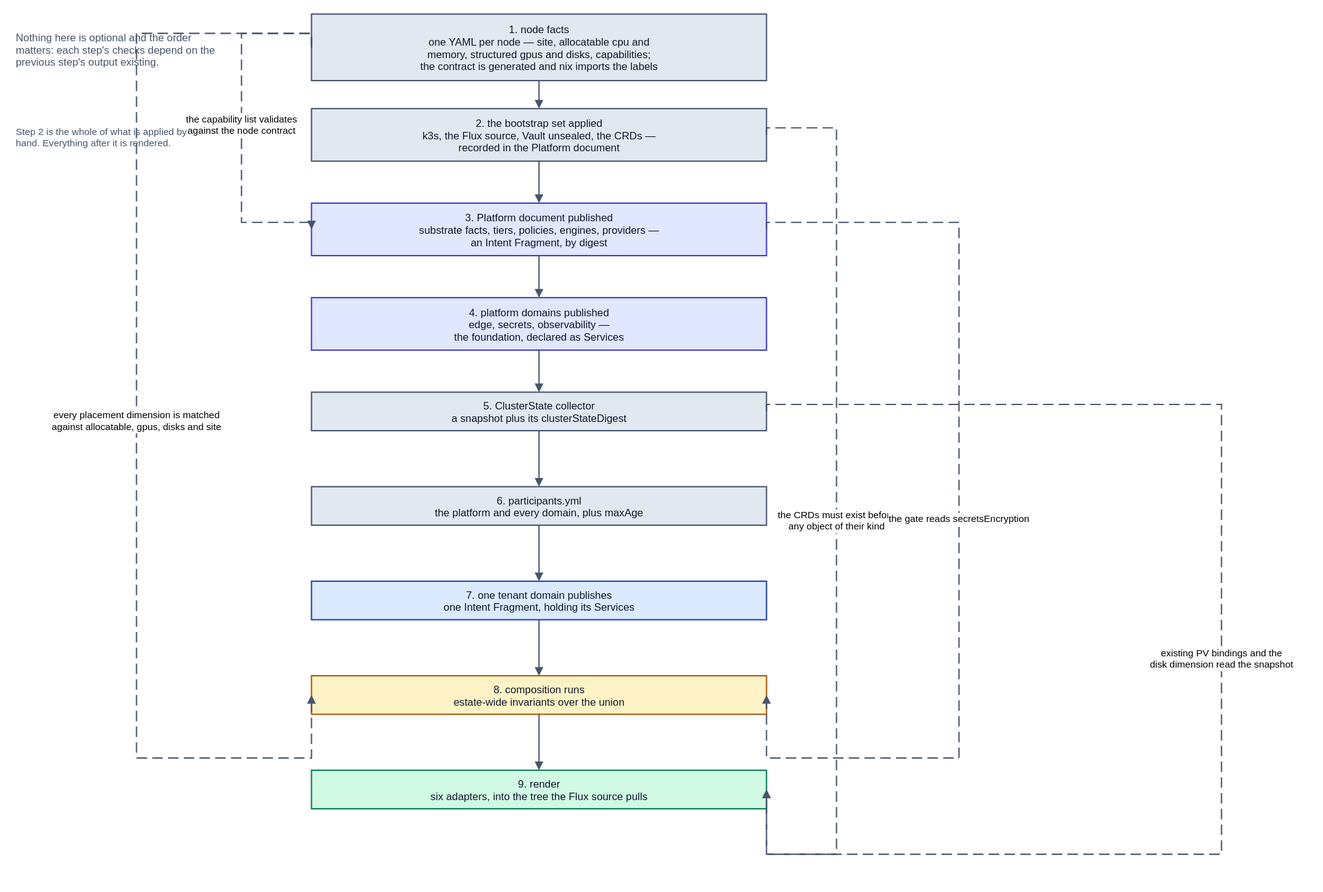
The draw.io diagram spec/v1/diagrams/60-bootstrap-order.drawio.svg in JorisJonkers-dev/deploy-kit, before a commit. Source tidied: cells renumbered, new cells last; positions are measured from the earlier drawing's top-left corner, leaving out a move shared by most shapes.
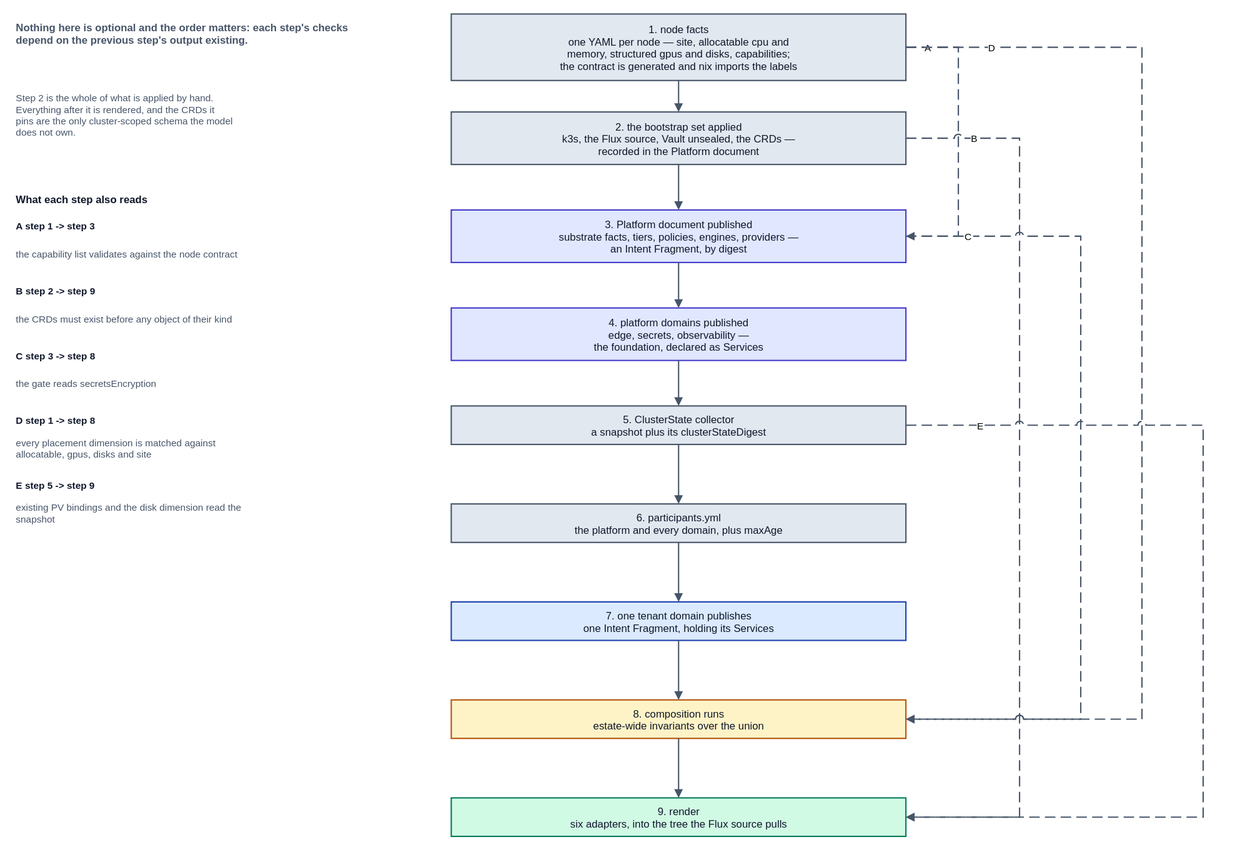
The same diagram one commit later.

The edit, as a diff of the source:
```diff
@@ -3,101 +3,134 @@
     <mxCell id="0" />
     <mxCell id="1" parent="0" />
     <mxCell id="2" value="1.  node facts&#10;one YAML per node — site, allocatable cpu and&#10;memory, structured gpus and disks, capabilities;&#10;the contract is generated and nix imports the labels" style="rounded=0;whiteSpace=nowrap;html=0;align=center;verticalAlign=middle;fillColor=#e2e8f0;strokeColor=#475569;strokeWidth=1.5;fontFamily=Helvetica;fontSize=12;fontColor=#0f172a;" parent="1" vertex="1">
-      <mxGeometry x="340" width="520" height="76" as="geometry" />
+      <mxGeometry x="520" y="20" width="520" height="76" as="geometry" />
     </mxCell>
     <mxCell id="3" value="2.  the bootstrap set applied&#10;k3s, the Flux source, Vault unsealed, the CRDs —&#10;recorded in the Platform document" style="rounded=0;whiteSpace=nowrap;html=0;align=center;verticalAlign=middle;fillColor=#e2e8f0;strokeColor=#475569;strokeWidth=1.5;fontFamily=Helvetica;fontSize=12;fontColor=#0f172a;" parent="1" vertex="1">
-      <mxGeometry x="340" y="108" width="520" height="60" as="geometry" />
+      <mxGeometry x="520" y="132" width="520" height="60" as="geometry" />
     </mxCell>
     <mxCell id="4" value="3.  Platform document published&#10;substrate facts, tiers, policies, engines, providers —&#10;an Intent Fragment, by digest" style="rounded=0;whiteSpace=nowrap;html=0;align=center;verticalAlign=middle;fillColor=#e0e7ff;strokeColor=#4338ca;strokeWidth=1.5;fontFamily=Helvetica;fontSize=12;fontColor=#0f172a;" parent="1" vertex="1">
-      <mxGeometry x="340" y="216" width="520" height="60" as="geometry" />
+      <mxGeometry x="520" y="244" width="520" height="60" as="geometry" />
     </mxCell>
     <mxCell id="5" value="4.  platform domains published&#10;edge, secrets, observability —&#10;the foundation, declared as Services" style="rounded=0;whiteSpace=nowrap;html=0;align=center;verticalAlign=middle;fillColor=#e0e7ff;strokeColor=#4338ca;strokeWidth=1.5;fontFamily=Helvetica;fontSize=12;fontColor=#0f172a;" parent="1" vertex="1">
-      <mxGeometry x="340" y="324" width="520" height="60" as="geometry" />
+      <mxGeometry x="520" y="356" width="520" height="60" as="geometry" />
     </mxCell>
     <mxCell id="6" value="5.  ClusterState collector&#10;a snapshot plus its clusterStateDigest" style="rounded=0;whiteSpace=nowrap;html=0;align=center;verticalAlign=middle;fillColor=#e2e8f0;strokeColor=#475569;strokeWidth=1.5;fontFamily=Helvetica;fontSize=12;fontColor=#0f172a;" parent="1" vertex="1">
-      <mxGeometry x="340" y="432" width="520" height="44" as="geometry" />
+      <mxGeometry x="520" y="468" width="520" height="44" as="geometry" />
     </mxCell>
     <mxCell id="7" value="6.  participants.yml&#10;the platform and every domain, plus maxAge" style="rounded=0;whiteSpace=nowrap;html=0;align=center;verticalAlign=middle;fillColor=#e2e8f0;strokeColor=#475569;strokeWidth=1.5;fontFamily=Helvetica;fontSize=12;fontColor=#0f172a;" parent="1" vertex="1">
-      <mxGeometry x="340" y="540" width="520" height="44" as="geometry" />
+      <mxGeometry x="520" y="580" width="520" height="44" as="geometry" />
     </mxCell>
     <mxCell id="8" value="7.  one tenant domain publishes&#10;one Intent Fragment, holding its Services" style="rounded=0;whiteSpace=nowrap;html=0;align=center;verticalAlign=middle;fillColor=#dbeafe;strokeColor=#1e40af;strokeWidth=1.5;fontFamily=Helvetica;fontSize=12;fontColor=#0f172a;" parent="1" vertex="1">
-      <mxGeometry x="340" y="648" width="520" height="44" as="geometry" />
+      <mxGeometry x="520" y="692" width="520" height="44" as="geometry" />
     </mxCell>
     <mxCell id="9" value="8.  composition runs&#10;estate-wide invariants over the union" style="rounded=0;whiteSpace=nowrap;html=0;align=center;verticalAlign=middle;fillColor=#fef3c7;strokeColor=#b45309;strokeWidth=1.5;fontFamily=Helvetica;fontSize=12;fontColor=#0f172a;" parent="1" vertex="1">
-      <mxGeometry x="340" y="756" width="520" height="44" as="geometry" />
+      <mxGeometry x="520" y="804" width="520" height="44" as="geometry" />
     </mxCell>
     <mxCell id="10" value="9.  render&#10;six adapters, into the tree the Flux source pulls" style="rounded=0;whiteSpace=nowrap;html=0;align=center;verticalAlign=middle;fillColor=#d1fae5;strokeColor=#047857;strokeWidth=1.5;fontFamily=Helvetica;fontSize=12;fontColor=#0f172a;" parent="1" vertex="1">
-      <mxGeometry x="340" y="864" width="520" height="44" as="geometry" />
+      <mxGeometry x="520" y="916" width="520" height="44" as="geometry" />
     </mxCell>
-    <mxCell id="11" style="edgeStyle=orthogonalEdgeStyle;rounded=0;html=0;jettySize=auto;endArrow=block;endFill=1;strokeColor=#475569;strokeWidth=1.5;fontSize=11;fontFamily=Helvetica;labelBackgroundColor=#ffffff;" parent="1" edge="1" source="2" target="3">
+    <mxCell id="11" style="edgeStyle=orthogonalEdgeStyle;rounded=0;html=0;jettySize=auto;jumpStyle=arc;jumpSize=8;endArrow=block;endFill=1;strokeColor=#475569;strokeWidth=1.5;fontSize=11;fontFamily=Helvetica;labelBackgroundColor=#ffffff;exitX=0.5;exitY=1;exitDx=0;exitDy=0;entryX=0.5;entryY=0;entryDx=0;entryDy=0;" parent="1" edge="1" source="2" target="3">
       <mxGeometry relative="1" as="geometry" />
     </mxCell>
-    <mxCell id="12" style="edgeStyle=orthogonalEdgeStyle;rounded=0;html=0;jettySize=auto;endArrow=block;endFill=1;strokeColor=#475569;strokeWidth=1.5;fontSize=11;fontFamily=Helvetica;labelBackgroundColor=#ffffff;" parent="1" edge="1" source="3" target="4">
+    <mxCell id="12" style="edgeStyle=orthogonalEdgeStyle;rounded=0;html=0;jettySize=auto;jumpStyle=arc;jumpSize=8;endArrow=block;endFill=1;strokeColor=#475569;strokeWidth=1.5;fontSize=11;fontFamily=Helvetica;labelBackgroundColor=#ffffff;exitX=0.5;exitY=1;exitDx=0;exitDy=0;entryX=0.5;entryY=0;entryDx=0;entryDy=0;" parent="1" edge="1" source="3" target="4">
       <mxGeometry relative="1" as="geometry" />
     </mxCell>
-    <mxCell id="13" style="edgeStyle=orthogonalEdgeStyle;rounded=0;html=0;jettySize=auto;endArrow=block;endFill=1;strokeColor=#475569;strokeWidth=1.5;fontSize=11;fontFamily=Helvetica;labelBackgroundColor=#ffffff;" parent="1" edge="1" source="4" target="5">
+    <mxCell id="13" style="edgeStyle=orthogonalEdgeStyle;rounded=0;html=0;jettySize=auto;jumpStyle=arc;jumpSize=8;endArrow=block;endFill=1;strokeColor=#475569;strokeWidth=1.5;fontSize=11;fontFamily=Helvetica;labelBackgroundColor=#ffffff;exitX=0.5;exitY=1;exitDx=0;exitDy=0;entryX=0.5;entryY=0;entryDx=0;entryDy=0;" parent="1" edge="1" source="4" target="5">
       <mxGeometry relative="1" as="geometry" />
     </mxCell>
-    <mxCell id="14" style="edgeStyle=orthogonalEdgeStyle;rounded=0;html=0;jettySize=auto;endArrow=block;endFill=1;strokeColor=#475569;strokeWidth=1.5;fontSize=11;fontFamily=Helvetica;labelBackgroundColor=#ffffff;" parent="1" edge="1" source="5" target="6">
+    <mxCell id="14" style="edgeStyle=orthogonalEdgeStyle;rounded=0;html=0;jettySize=auto;jumpStyle=arc;jumpSize=8;endArrow=block;endFill=1;strokeColor=#475569;strokeWidth=1.5;fontSize=11;fontFamily=Helvetica;labelBackgroundColor=#ffffff;exitX=0.5;exitY=1;exitDx=0;exitDy=0;entryX=0.5;entryY=0;entryDx=0;entryDy=0;" parent="1" edge="1" source="5" target="6">
       <mxGeometry relative="1" as="geometry" />
     </mxCell>
-    <mxCell id="15" style="edgeStyle=orthogonalEdgeStyle;rounded=0;html=0;jettySize=auto;endArrow=block;endFill=1;strokeColor=#475569;strokeWidth=1.5;fontSize=11;fontFamily=Helvetica;labelBackgroundColor=#ffffff;" parent="1" edge="1" source="6" target="7">
+    <mxCell id="15" style="edgeStyle=orthogonalEdgeStyle;rounded=0;html=0;jettySize=auto;jumpStyle=arc;jumpSize=8;endArrow=block;endFill=1;strokeColor=#475569;strokeWidth=1.5;fontSize=11;fontFamily=Helvetica;labelBackgroundColor=#ffffff;exitX=0.5;exitY=1;exitDx=0;exitDy=0;entryX=0.5;entryY=0;entryDx=0;entryDy=0;" parent="1" edge="1" source="6" target="7">
       <mxGeometry relative="1" as="geometry" />
     </mxCell>
-    <mxCell id="16" style="edgeStyle=orthogonalEdgeStyle;rounded=0;html=0;jettySize=auto;endArrow=block;endFill=1;strokeColor=#475569;strokeWidth=1.5;fontSize=11;fontFamily=Helvetica;labelBackgroundColor=#ffffff;" parent="1" edge="1" source="7" target="8">
+    <mxCell id="16" style="edgeStyle=orthogonalEdgeStyle;rounded=0;html=0;jettySize=auto;jumpStyle=arc;jumpSize=8;endArrow=block;endFill=1;strokeColor=#475569;strokeWidth=1.5;fontSize=11;fontFamily=Helvetica;labelBackgroundColor=#ffffff;exitX=0.5;exitY=1;exitDx=0;exitDy=0;entryX=0.5;entryY=0;entryDx=0;entryDy=0;" parent="1" edge="1" source="7" target="8">
       <mxGeometry relative="1" as="geometry" />
     </mxCell>
-    <mxCell id="17" style="edgeStyle=orthogonalEdgeStyle;rounded=0;html=0;jettySize=auto;endArrow=block;endFill=1;strokeColor=#475569;strokeWidth=1.5;fontSize=11;fontFamily=Helvetica;labelBackgroundColor=#ffffff;" parent="1" edge="1" source="8" target="9">
+    <mxCell id="17" style="edgeStyle=orthogonalEdgeStyle;rounded=0;html=0;jettySize=auto;jumpStyle=arc;jumpSize=8;endArrow=block;endFill=1;strokeColor=#475569;strokeWidth=1.5;fontSize=11;fontFamily=Helvetica;labelBackgroundColor=#ffffff;exitX=0.5;exitY=1;exitDx=0;exitDy=0;entryX=0.5;entryY=0;entryDx=0;entryDy=0;" parent="1" edge="1" source="8" target="9">
       <mxGeometry relative="1" as="geometry" />
     </mxCell>
-    <mxCell id="18" style="edgeStyle=orthogonalEdgeStyle;rounded=0;html=0;jettySize=auto;endArrow=block;endFill=1;strokeColor=#475569;strokeWidth=1.5;fontSize=11;fontFamily=Helvetica;labelBackgroundColor=#ffffff;" parent="1" edge="1" source="9" target="10">
+    <mxCell id="18" style="edgeStyle=orthogonalEdgeStyle;rounded=0;html=0;jettySize=auto;jumpStyle=arc;jumpSize=8;endArrow=block;endFill=1;strokeColor=#475569;strokeWidth=1.5;fontSize=11;fontFamily=Helvetica;labelBackgroundColor=#ffffff;exitX=0.5;exitY=1;exitDx=0;exitDy=0;entryX=0.5;entryY=0;entryDx=0;entryDy=0;" parent="1" edge="1" source="9" target="10">
       <mxGeometry relative="1" as="geometry" />
     </mxCell>
-    <mxCell id="19" value="the capability list validates&#10;against the node contract" style="edgeStyle=orthogonalEdgeStyle;rounded=0;html=0;jettySize=auto;endArrow=block;endFill=1;strokeColor=#475569;strokeWidth=1.5;fontSize=11;fontFamily=Helvetica;labelBackgroundColor=#ffffff;dashed=1;dashPattern=8 4;exitX=0;exitY=0.5;exitDx=0;exitDy=0;entryX=0;entryY=0.5;entryDx=0;entryDy=0;" parent="1" edge="1" source="2" target="4">
-      <mxGeometry relative="1" as="geometry">
+    <mxCell id="19" value="A" style="edgeStyle=orthogonalEdgeStyle;rounded=0;html=0;jettySize=auto;jumpStyle=arc;jumpSize=8;endArrow=block;endFill=1;strokeColor=#475569;strokeWidth=1.5;fontSize=11;fontFamily=Helvetica;labelBackgroundColor=#ffffff;dashed=1;dashPattern=8 4;exitX=1;exitY=0.5;exitDx=0;exitDy=0;entryX=1;entryY=0.5;entryDx=0;entryDy=0;" parent="1" edge="1" source="2" target="4">
+      <mxGeometry x="-0.85" relative="1" as="geometry">
         <Array as="points">
-          <mxPoint x="260" y="22" />
-          <mxPoint x="260" y="238" />
+          <mxPoint x="1100" y="58" />
+          <mxPoint x="1100" y="274" />
         </Array>
       </mxGeometry>
     </mxCell>
-    <mxCell id="20" value="every placement dimension is matched&#10;against allocatable, gpus, disks and site" style="edgeStyle=orthogonalEdgeStyle;rounded=0;html=0;jettySize=auto;endArrow=block;endFill=1;strokeColor=#475569;strokeWidth=1.5;fontSize=11;fontFamily=Helvetica;labelBackgroundColor=#ffffff;dashed=1;dashPattern=8 4;exitX=0;exitY=0.5;exitDx=0;exitDy=0;entryX=0;entryY=0.5;entryDx=0;entryDy=0;" parent="1" edge="1" source="2" target="9">
-      <mxGeometry relative="1" as="geometry">
+    <mxCell id="20" value="B" style="edgeStyle=orthogonalEdgeStyle;rounded=0;html=0;jettySize=auto;jumpStyle=arc;jumpSize=8;endArrow=block;endFill=1;strokeColor=#475569;strokeWidth=1.5;fontSize=11;fontFamily=Helvetica;labelBackgroundColor=#ffffff;dashed=1;dashPattern=8 4;exitX=1;exitY=0.5;exitDx=0;exitDy=0;entryX=1;entryY=0.5;entryDx=0;entryDy=0;" parent="1" edge="1" source="3" target="10">
+      <mxGeometry x="-0.85" relative="1" as="geometry">
         <Array as="points">
-          <mxPoint x="140" y="22" />
-          <mxPoint x="140" y="850" />
+          <mxPoint x="1170" y="162" />
+          <mxPoint x="1170" y="938" />
         </Array>
       </mxGeometry>
     </mxCell>
-    <mxCell id="21" value="the CRDs must exist before&#10;any object of their kind" style="edgeStyle=orthogonalEdgeStyle;rounded=0;html=0;jettySize=auto;endArrow=block;endFill=1;strokeColor=#475569;strokeWidth=1.5;fontSize=11;fontFamily=Helvetica;labelBackgroundColor=#ffffff;dashed=1;dashPattern=8 4;exitX=1;exitY=0.5;exitDx=0;exitDy=0;entryX=1;entryY=0.5;entryDx=0;entryDy=0;" parent="1" edge="1" source="3" target="10">
-      <mxGeometry relative="1" as="geometry">
+    <mxCell id="21" value="C" style="edgeStyle=orthogonalEdgeStyle;rounded=0;html=0;jettySize=auto;jumpStyle=arc;jumpSize=8;endArrow=block;endFill=1;strokeColor=#475569;strokeWidth=1.5;fontSize=11;fontFamily=Helvetica;labelBackgroundColor=#ffffff;dashed=1;dashPattern=8 4;exitX=1;exitY=0.5;exitDx=0;exitDy=0;entryX=1;entryY=0.5;entryDx=0;entryDy=0;" parent="1" edge="1" source="4" target="9">
+      <mxGeometry x="-0.85" relative="1" as="geometry">
         <Array as="points">
-          <mxPoint x="940" y="130" />
-          <mxPoint x="940" y="960" />
+          <mxPoint x="1240" y="274" />
+          <mxPoint x="1240" y="826" />
         </Array>
       </mxGeometry>
     </mxCell>
-    <mxCell id="22" value="the gate reads secretsEncryption" style="edgeStyle=orthogonalEdgeStyle;rounded=0;html=0;jettySize=auto;endArrow=block;endFill=1;strokeColor=#475569;strokeWidth=1.5;fontSize=11;fontFamily=Helvetica;labelBackgroundColor=#ffffff;dashed=1;dashPattern=8 4;exitX=1;exitY=0.5;exitDx=0;exitDy=0;entryX=1;entryY=0.5;entryDx=0;entryDy=0;" parent="1" edge="1" source="4" target="9">
-      <mxGeometry relative="1" as="geometry">
+    <mxCell id="22" value="D" style="edgeStyle=orthogonalEdgeStyle;rounded=0;html=0;jettySize=auto;jumpStyle=arc;jumpSize=8;endArrow=block;endFill=1;strokeColor=#475569;strokeWidth=1.5;fontSize=11;fontFamily=Helvetica;labelBackgroundColor=#ffffff;dashed=1;dashPattern=8 4;exitX=1;exitY=0.5;exitDx=0;exitDy=0;entryX=1;entryY=0.5;entryDx=0;entryDy=0;" parent="1" edge="1" source="2" target="9">
+      <mxGeometry x="-0.85" relative="1" as="geometry">
         <Array as="points">
-          <mxPoint x="1080" y="238" />
-          <mxPoint x="1080" y="850" />
+          <mxPoint x="1310" y="58" />
+          <mxPoint x="1310" y="826" />
         </Array>
       </mxGeometry>
     </mxCell>
-    <mxCell id="23" value="existing PV bindings and the&#10;disk dimension read the snapshot" style="edgeStyle=orthogonalEdgeStyle;rounded=0;html=0;jettySize=auto;endArrow=block;endFill=1;strokeColor=#475569;strokeWidth=1.5;fontSize=11;fontFamily=Helvetica;labelBackgroundColor=#ffffff;dashed=1;dashPattern=8 4;exitX=1;exitY=0.5;exitDx=0;exitDy=0;entryX=1;entryY=0.5;entryDx=0;entryDy=0;" parent="1" edge="1" source="6" target="10">
-      <mxGeometry relative="1" as="geometry">
+    <mxCell id="23" value="E" style="edgeStyle=orthogonalEdgeStyle;rounded=0;html=0;jettySize=auto;jumpStyle=arc;jumpSize=8;endArrow=block;endFill=1;strokeColor=#475569;strokeWidth=1.5;fontSize=11;fontFamily=Helvetica;labelBackgroundColor=#ffffff;dashed=1;dashPattern=8 4;exitX=1;exitY=0.5;exitDx=0;exitDy=0;entryX=1;entryY=0.5;entryDx=0;entryDy=0;" parent="1" edge="1" source="6" target="10">
+      <mxGeometry x="-0.85" relative="1" as="geometry">
         <Array as="points">
-          <mxPoint x="1380" y="446" />
-          <mxPoint x="1380" y="960" />
+          <mxPoint x="1380" y="490" />
+          <mxPoint x="1380" y="938" />
         </Array>
       </mxGeometry>
     </mxCell>
-    <mxCell id="24" value="Nothing here is optional and the order&#10;matters: each step's checks depend on the&#10;previous step's output existing." style="text;html=0;strokeColor=none;fillColor=none;align=left;verticalAlign=middle;fontFamily=Helvetica;fontSize=12;fontColor=#475569;" parent="1" vertex="1">
-      <mxGeometry width="300" height="80" as="geometry" />
+    <mxCell id="24" value="Nothing here is optional and the order matters: each step's checks&#10;depend on the previous step's output existing." style="text;html=0;strokeColor=none;fillColor=none;align=left;verticalAlign=middle;fontFamily=Helvetica;fontSize=12;fontColor=#475569;fontStyle=1;" parent="1" vertex="1">
+      <mxGeometry x="20" y="20" width="460" height="44" as="geometry" />
     </mxCell>
-    <mxCell id="25" value="Step 2 is the whole of what is applied by&#10;hand. Everything after it is rendered." style="text;html=0;strokeColor=none;fillColor=none;align=left;verticalAlign=middle;fontFamily=Helvetica;fontSize=11;fontColor=#475569;" parent="1" vertex="1">
-      <mxGeometry y="110" width="300" height="60" as="geometry" />
+    <mxCell id="25" value="Step 2 is the whole of what is applied by hand.&#10;Everything after it is rendered, and the CRDs it&#10;pins are the only cluster-scoped schema the model&#10;does not own." style="text;html=0;strokeColor=none;fillColor=none;align=left;verticalAlign=middle;fontFamily=Helvetica;fontSize=11;fontColor=#475569;" parent="1" vertex="1">
+      <mxGeometry x="20" y="90" width="460" height="90" as="geometry" />
     </mxCell>
+    <mxCell id="26" value="What each step also reads" style="text;html=0;strokeColor=none;fillColor=none;align=left;verticalAlign=middle;fontFamily=Helvetica;fontSize=12;fontColor=#0f172a;fontStyle=1;" parent="1" vertex="1">
+      <mxGeometry x="20" y="220" width="460" height="22" as="geometry" />
+    </mxCell>
+    <mxCell id="27" value="A    step 1  -&gt;  step 3" style="text;html=0;strokeColor=none;fillColor=none;align=left;verticalAlign=middle;fontFamily=Helvetica;fontSize=11;fontColor=#0f172a;fontStyle=1;" parent="1" vertex="1">
+      <mxGeometry x="20" y="252" width="460" height="20" as="geometry" />
+    </mxCell>
+    <mxCell id="28" value="the capability list validates against the node contract" style="text;html=0;strokeColor=none;fillColor=none;align=left;verticalAlign=middle;fontFamily=Helvetica;fontSize=11;fontColor=#475569;" parent="1" vertex="1">
+      <mxGeometry x="20" y="272" width="460" height="44" as="geometry" />
+    </mxCell>
+    <mxCell id="29" value="B    step 2  -&gt;  step 9" style="text;html=0;strokeColor=none;fillColor=none;align=left;verticalAlign=middle;fontFamily=Helvetica;fontSize=11;fontColor=#0f172a;fontStyle=1;" parent="1" vertex="1">
+      <mxGeometry x="20" y="326" width="460" height="20" as="geometry" />
+    </mxCell>
+    <mxCell id="30" value="the CRDs must exist before any object of their kind" style="text;html=0;strokeColor=none;fillColor=none;align=left;verticalAlign=middle;fontFamily=Helvetica;fontSize=11;fontColor=#475569;" parent="1" vertex="1">
+      <mxGeometry x="20" y="346" width="460" height="44" as="geometry" />
+    </mxCell>
+    <mxCell id="31" value="C    step 3  -&gt;  step 8" style="text;html=0;strokeColor=none;fillColor=none;align=left;verticalAlign=middle;fontFamily=Helvetica;fontSize=11;fontColor=#0f172a;fontStyle=1;" parent="1" vertex="1">
+      <mxGeometry x="20" y="400" width="460" height="20" as="geometry" />
+    </mxCell>
+    <mxCell id="32" value="the gate reads secretsEncryption" style="text;html=0;strokeColor=none;fillColor=none;align=left;verticalAlign=middle;fontFamily=Helvetica;fontSize=11;fontColor=#475569;" parent="1" vertex="1">
+      <mxGeometry x="20" y="420" width="460" height="44" as="geometry" />
+    </mxCell>
+    <mxCell id="33" value="D    step 1  -&gt;  step 8" style="text;html=0;strokeColor=none;fillColor=none;align=left;verticalAlign=middle;fontFamily=Helvetica;fontSize=11;fontColor=#0f172a;fontStyle=1;" parent="1" vertex="1">
+      <mxGeometry x="20" y="474" width="460" height="20" as="geometry" />
+    </mxCell>
+    <mxCell id="34" value="every placement dimension is matched against&#10;allocatable, gpus, disks and site" style="text;html=0;strokeColor=none;fillColor=none;align=left;verticalAlign=middle;fontFamily=Helvetica;fontSize=11;fontColor=#475569;" parent="1" vertex="1">
+      <mxGeometry x="20" y="494" width="460" height="44" as="geometry" />
+    </mxCell>
+    <mxCell id="35" value="E    step 5  -&gt;  step 9" style="text;html=0;strokeColor=none;fillColor=none;align=left;verticalAlign=middle;fontFamily=Helvetica;fontSize=11;fontColor=#0f172a;fontStyle=1;" parent="1" vertex="1">
+      <mxGeometry x="20" y="548" width="460" height="20" as="geometry" />
+    </mxCell>
+    <mxCell id="36" value="existing PV bindings and the disk dimension read the&#10;snapshot" style="text;html=0;strokeColor=none;fillColor=none;align=left;verticalAlign=middle;fontFamily=Helvetica;fontSize=11;fontColor=#475569;" parent="1" vertex="1">
+      <mxGeometry x="20" y="568" width="460" height="44" as="geometry" />
+    </mxCell>
   </root>
 </mxGraphModel>
```
